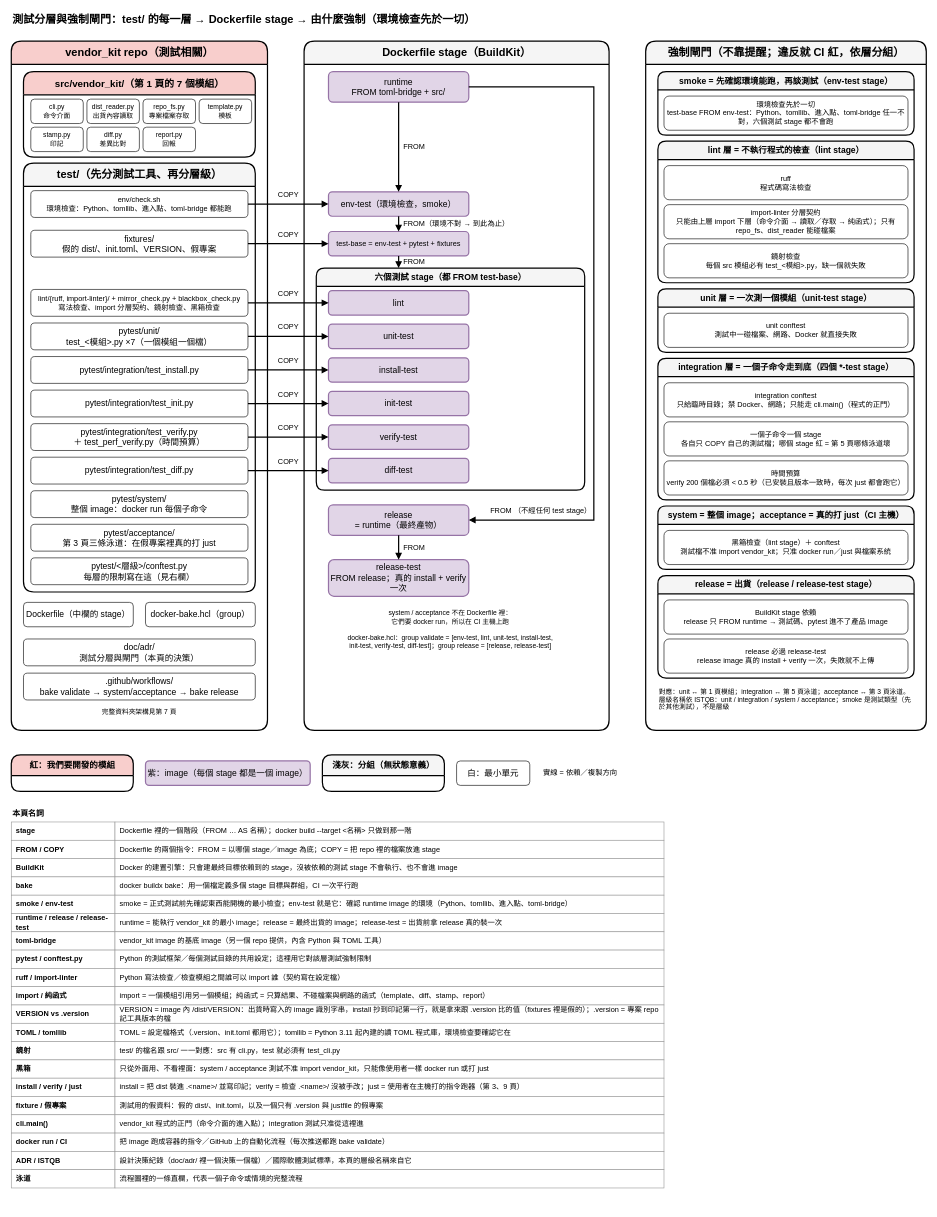
Above: page "8. 測試分層與強制閘門" (8 of 10) of dist_distribution.drawio in ycpss91255-research/vendor_kit (draw.io), before the change. Source tidied: cells renumbered, new cells numbered last; positions are measured from the earlier drawing's top-left corner, leaving out a move shared by most shapes. Both pictures are drawn from the tidied source at 61%, with x=0, y=0 at pixel (11, 10).
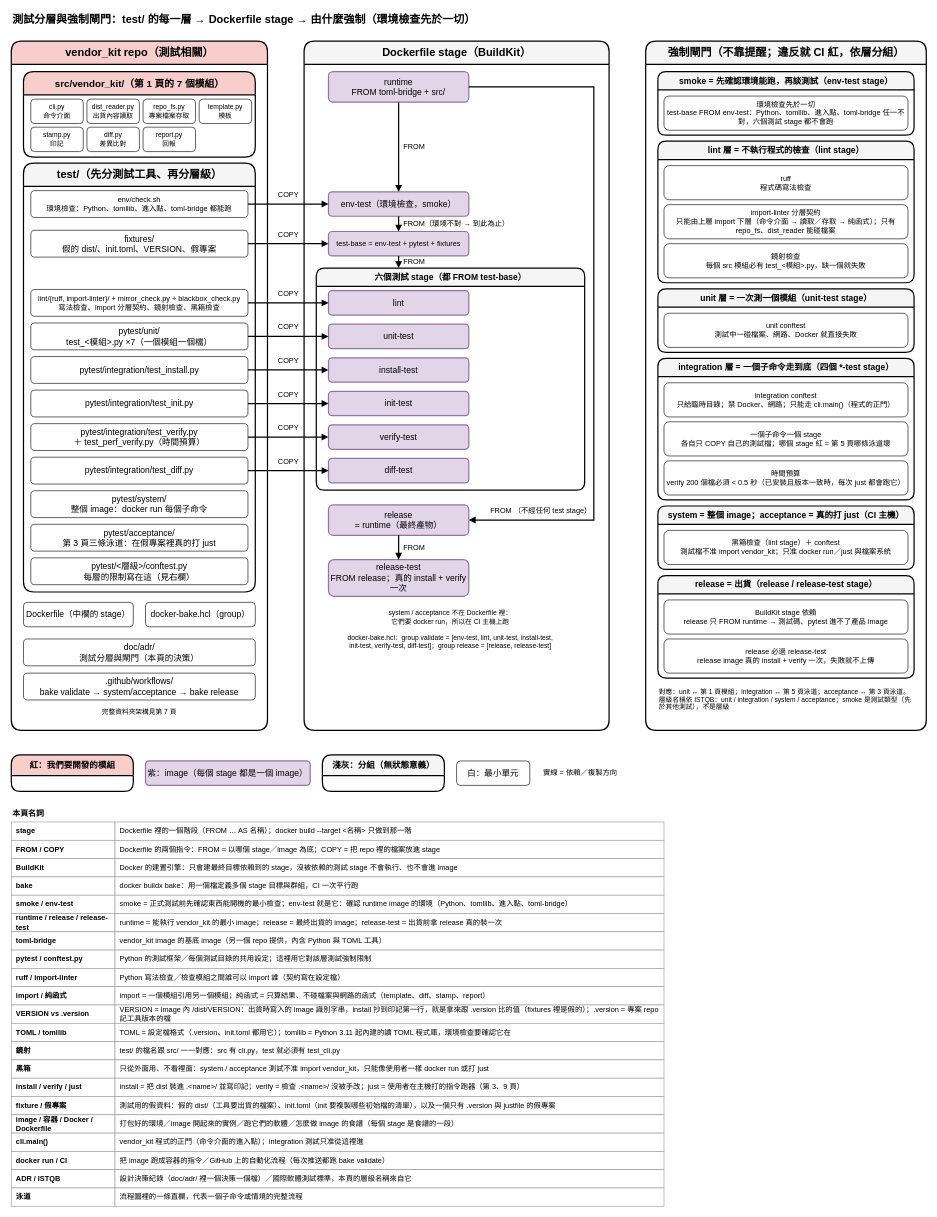
Above is the later version.

Commit message (it also covers changes not shown here):
新增第 10 頁 bootstrap 流程；第 2/7/9 頁加 .vendor_kit/ 啟動器；第 7/8/9 頁修第 2 輪審查 6 項

What changed in the source:
```diff
@@
-    <mxCell id="113" value="測試用的假資料：假的 dist/、init.toml，以及一個只有 .version 與 justfile 的假專案" style="rounded=0;whiteSpace=wrap;html=1;fillColor=#ffffff;strokeColor=#999999;fontSize=12;align=left;spacingLeft=6;strokeWidth=1;" parent="1" vertex="1">
+    <mxCell id="113" value="測試用的假資料：假的 dist/（工具要出貨的檔案）、init.toml（init 要複製哪些初始檔的清單），以及一個只有 .version 與 justfile 的假專案" style="rounded=0;whiteSpace=wrap;html=1;fillColor=#ffffff;strokeColor=#999999;fontSize=12;align=left;spacingLeft=6;strokeWidth=1;" parent="1" vertex="1">
       <mxGeometry x="170" y="1780" width="900" height="30" as="geometry" />
     </mxCell>
-    <mxCell id="114" value="cli.main()" style="rounded=0;whiteSpace=wrap;html=1;fillColor=#ffffff;strokeColor=#999999;fontSize=12;fontStyle=1;align=left;spacingLeft=6;strokeWidth=1;" parent="1" vertex="1">
+    <mxCell id="114" value="image / 容器 / Docker / Dockerfile" style="rounded=0;whiteSpace=wrap;html=1;fillColor=#ffffff;strokeColor=#999999;fontSize=12;fontStyle=1;align=left;spacingLeft=6;strokeWidth=1;" parent="1" vertex="1">
       <mxGeometry y="1810" width="170" height="30" as="geometry" />
     </mxCell>
-    <mxCell id="115" value="vendor_kit 程式的正門（命令介面的進入點）；integration 測試只准從這裡進" style="rounded=0;whiteSpace=wrap;html=1;fillColor=#ffffff;strokeColor=#999999;fontSize=12;align=left;spacingLeft=6;strokeWidth=1;" parent="1" vertex="1">
+    <mxCell id="115" value="打包好的環境／image 開起來的實例／跑它們的軟體／怎麼做 image 的食譜（每個 stage 是食譜的一段）" style="rounded=0;whiteSpace=wrap;html=1;fillColor=#ffffff;strokeColor=#999999;fontSize=12;align=left;spacingLeft=6;strokeWidth=1;" parent="1" vertex="1">
       <mxGeometry x="170" y="1810" width="900" height="30" as="geometry" />
     </mxCell>
-    <mxCell id="116" value="docker run / CI" style="rounded=0;whiteSpace=wrap;html=1;fillColor=#ffffff;strokeColor=#999999;fontSize=12;fontStyle=1;align=left;spacingLeft=6;strokeWidth=1;" parent="1" vertex="1">
+    <mxCell id="116" value="cli.main()" style="rounded=0;whiteSpace=wrap;html=1;fillColor=#ffffff;strokeColor=#999999;fontSize=12;fontStyle=1;align=left;spacingLeft=6;strokeWidth=1;" parent="1" vertex="1">
       <mxGeometry y="1840" width="170" height="30" as="geometry" />
     </mxCell>
-    <mxCell id="117" value="把 image 跑成容器的指令／GitHub 上的自動化流程（每次推送都跑 bake validate）" style="rounded=0;whiteSpace=wrap;html=1;fillColor=#ffffff;strokeColor=#999999;fontSize=12;align=left;spacingLeft=6;strokeWidth=1;" parent="1" vertex="1">
+    <mxCell id="117" value="vendor_kit 程式的正門（命令介面的進入點）；integration 測試只准從這裡進" style="rounded=0;whiteSpace=wrap;html=1;fillColor=#ffffff;strokeColor=#999999;fontSize=12;align=left;spacingLeft=6;strokeWidth=1;" parent="1" vertex="1">
       <mxGeometry x="170" y="1840" width="900" height="30" as="geometry" />
     </mxCell>
-    <mxCell id="118" value="ADR / ISTQB" style="rounded=0;whiteSpace=wrap;html=1;fillColor=#ffffff;strokeColor=#999999;fontSize=12;fontStyle=1;align=left;spacingLeft=6;strokeWidth=1;" parent="1" vertex="1">
+    <mxCell id="118" value="docker run / CI" style="rounded=0;whiteSpace=wrap;html=1;fillColor=#ffffff;strokeColor=#999999;fontSize=12;fontStyle=1;align=left;spacingLeft=6;strokeWidth=1;" parent="1" vertex="1">
       <mxGeometry y="1870" width="170" height="30" as="geometry" />
     </mxCell>
-    <mxCell id="119" value="設計決策紀錄（doc/adr/ 裡一個決策一個檔）／國際軟體測試標準，本頁的層級名稱來自它" style="rounded=0;whiteSpace=wrap;html=1;fillColor=#ffffff;strokeColor=#999999;fontSize=12;align=left;spacingLeft=6;strokeWidth=1;" parent="1" vertex="1">
+    <mxCell id="119" value="把 image 跑成容器的指令／GitHub 上的自動化流程（每次推送都跑 bake validate）" style="rounded=0;whiteSpace=wrap;html=1;fillColor=#ffffff;strokeColor=#999999;fontSize=12;align=left;spacingLeft=6;strokeWidth=1;" parent="1" vertex="1">
       <mxGeometry x="170" y="1870" width="900" height="30" as="geometry" />
     </mxCell>
-    <mxCell id="120" value="泳道" style="rounded=0;whiteSpace=wrap;html=1;fillColor=#ffffff;strokeColor=#999999;fontSize=12;fontStyle=1;align=left;spacingLeft=6;strokeWidth=1;" parent="1" vertex="1">
+    <mxCell id="120" value="ADR / ISTQB" style="rounded=0;whiteSpace=wrap;html=1;fillColor=#ffffff;strokeColor=#999999;fontSize=12;fontStyle=1;align=left;spacingLeft=6;strokeWidth=1;" parent="1" vertex="1">
       <mxGeometry y="1900" width="170" height="30" as="geometry" />
     </mxCell>
-    <mxCell id="121" value="流程圖裡的一條直欄，代表一個子命令或情境的完整流程" style="rounded=0;whiteSpace=wrap;html=1;fillColor=#ffffff;strokeColor=#999999;fontSize=12;align=left;spacingLeft=6;strokeWidth=1;" parent="1" vertex="1">
+    <mxCell id="121" value="設計決策紀錄（doc/adr/ 裡一個決策一個檔）／國際軟體測試標準，本頁的層級名稱來自它" style="rounded=0;whiteSpace=wrap;html=1;fillColor=#ffffff;strokeColor=#999999;fontSize=12;align=left;spacingLeft=6;strokeWidth=1;" parent="1" vertex="1">
       <mxGeometry x="170" y="1900" width="900" height="30" as="geometry" />
     </mxCell>
+    <mxCell id="122" value="泳道" style="rounded=0;whiteSpace=wrap;html=1;fillColor=#ffffff;strokeColor=#999999;fontSize=12;fontStyle=1;align=left;spacingLeft=6;strokeWidth=1;" parent="1" vertex="1">
+      <mxGeometry y="1930" width="170" height="30" as="geometry" />
+    </mxCell>
+    <mxCell id="123" value="流程圖裡的一條直欄，代表一個子命令或情境的完整流程" style="rounded=0;whiteSpace=wrap;html=1;fillColor=#ffffff;strokeColor=#999999;fontSize=12;align=left;spacingLeft=6;strokeWidth=1;" parent="1" vertex="1">
+      <mxGeometry x="170" y="1930" width="900" height="30" as="geometry" />
+    </mxCell>
```
